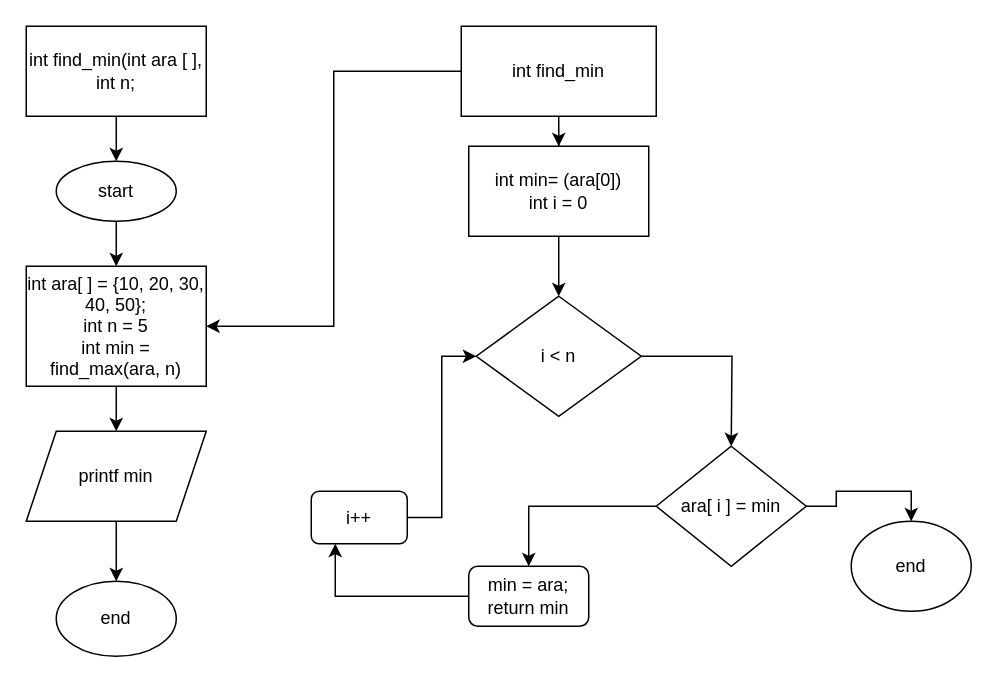
tanhadiya/expert-robot keeps this draw.io diagram as array_function_min.drawio. Above is the earlier version. Source tidied: cells renumbered, new cells numbered last; positions are measured from the earlier drawing's top-left corner, leaving out a move shared by most shapes. Both pictures are drawn from the tidied source at 150%, with x=0, y=0 at pixel (26, 26).
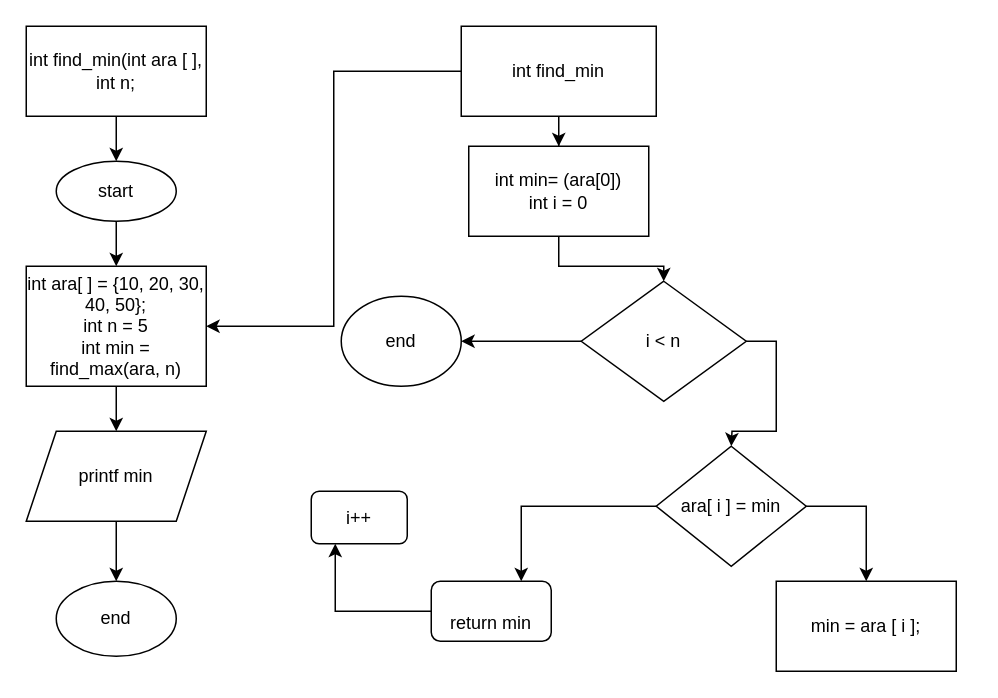
The same diagram, later.

The change refers to these unchanged cells:
```xml
<mxCell id="20" value="ara[ i ] = min" style="rhombus;whiteSpace=wrap;html=1;" parent="1" vertex="1">
  <mxGeometry x="420" y="280" width="100" height="80" as="geometry" />
</mxCell>
<mxCell id="24" value="i++" style="rounded=1;whiteSpace=wrap;html=1;" parent="1" vertex="1">
  <mxGeometry x="190" y="310" width="64" height="35" as="geometry" />
</mxCell>
```

What changed in the source:
```diff
@@
+    <mxCell id="26" style="edgeStyle=orthogonalEdgeStyle;rounded=0;jettySize=auto;html=1;" parent="1" edge="1" source="16" target="25">
+      <mxGeometry relative="1" as="geometry" />
+    </mxCell>
     <mxCell id="16" value="i &amp;lt; n" style="rhombus;whiteSpace=wrap;html=1;rounded=0;" parent="1" vertex="1">
-      <mxGeometry x="300" y="180" width="110" height="80" as="geometry" />
+      <mxGeometry x="370" y="170" width="110" height="80" as="geometry" />
     </mxCell>
@@
+    <mxCell id="19" style="edgeStyle=orthogonalEdgeStyle;rounded=0;jettySize=auto;html=1;" parent="1" edge="1" source="20">
+      <mxGeometry relative="1" as="geometry">
+        <mxPoint x="560" y="370" as="targetPoint" />
+        <Array as="points">
+          <mxPoint x="560" y="320" />
+        </Array>
+      </mxGeometry>
+    </mxCell>
-    <mxCell id="18" style="edgeStyle=orthogonalEdgeStyle;rounded=0;jettySize=auto;html=1;entryX=0.5;entryY=0;entryDx=0;entryDy=0;" parent="1" edge="1" source="20" target="22">
+    <mxCell id="18" style="edgeStyle=orthogonalEdgeStyle;rounded=0;jettySize=auto;html=1;exitX=0;exitY=0.5;exitDx=0;exitDy=0;entryX=0.75;entryY=0;entryDx=0;entryDy=0;" parent="1" edge="1" source="20" target="22">
       <mxGeometry relative="1" as="geometry" />
     </mxCell>
-    <mxCell id="19" style="edgeStyle=orthogonalEdgeStyle;rounded=0;jettySize=auto;html=1;entryX=0.5;entryY=0;entryDx=0;entryDy=0;" parent="1" edge="1" source="20" target="25">
-      <mxGeometry relative="1" as="geometry" />
-    </mxCell>
@@
-    <mxCell id="22" value="min = ara;&lt;br&gt;return min" style="rounded=1;whiteSpace=wrap;html=1;" parent="1" vertex="1">
-      <mxGeometry x="295" y="360" width="80" height="40" as="geometry" />
+    <mxCell id="22" value="&lt;br&gt;return min" style="rounded=1;whiteSpace=wrap;html=1;" parent="1" vertex="1">
+      <mxGeometry x="270" y="370" width="80" height="40" as="geometry" />
     </mxCell>
-    <mxCell id="23" style="edgeStyle=orthogonalEdgeStyle;rounded=0;jettySize=auto;html=1;entryX=0;entryY=0.5;entryDx=0;entryDy=0;" parent="1" edge="1" source="24" target="16">
-      <mxGeometry relative="1" as="geometry" />
-    </mxCell>
@@
-    <mxCell id="25" value="end" style="ellipse;whiteSpace=wrap;html=1;" parent="1" vertex="1">
-      <mxGeometry x="550" y="330" width="80" height="60" as="geometry" />
+    <mxCell id="25" value="end" style="ellipse;whiteSpace=wrap;html=1;rounded=0;" parent="1" vertex="1">
+      <mxGeometry x="210" y="180" width="80" height="60" as="geometry" />
     </mxCell>
+    <mxCell id="27" value="min = ara [ i ];" style="rounded=0;whiteSpace=wrap;html=1;" parent="1" vertex="1">
+      <mxGeometry x="500" y="370" width="120" height="60" as="geometry" />
+    </mxCell>
```
